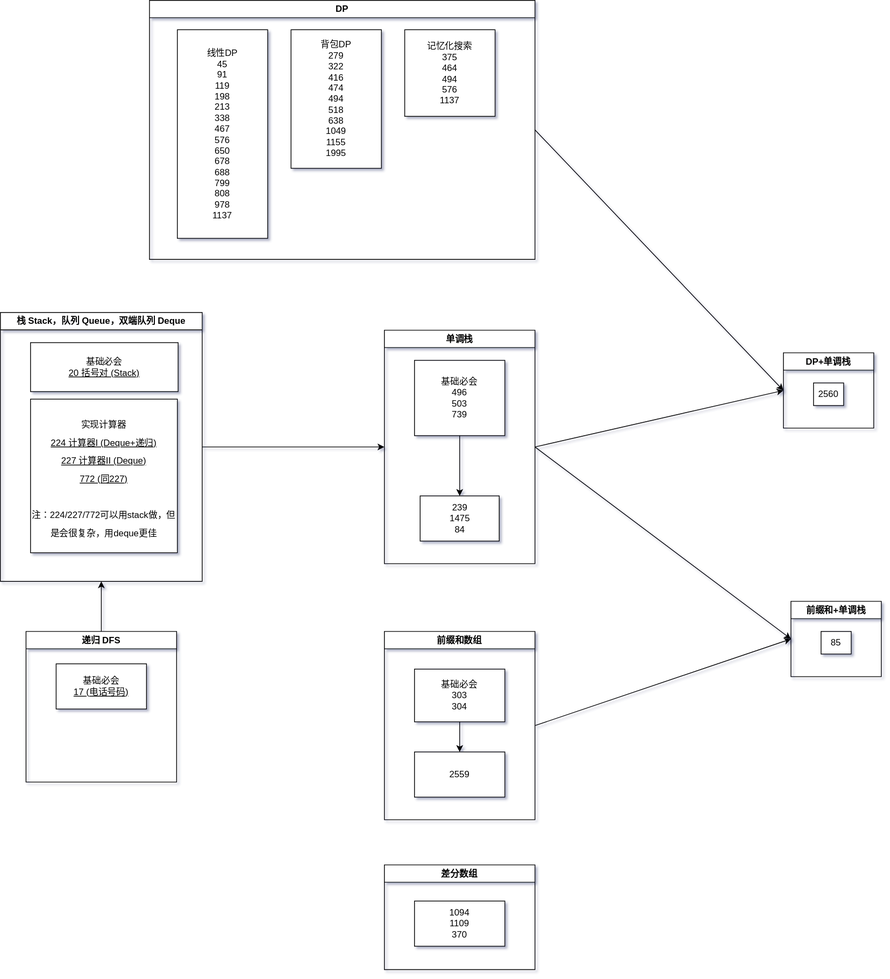
The draw.io diagram drawio/map.drawio.svg in jssonx/algo-playground, before a commit. Source tidied: cells renumbered, new cells last; positions are measured from the earlier drawing's top-left corner, leaving out a move shared by most shapes.
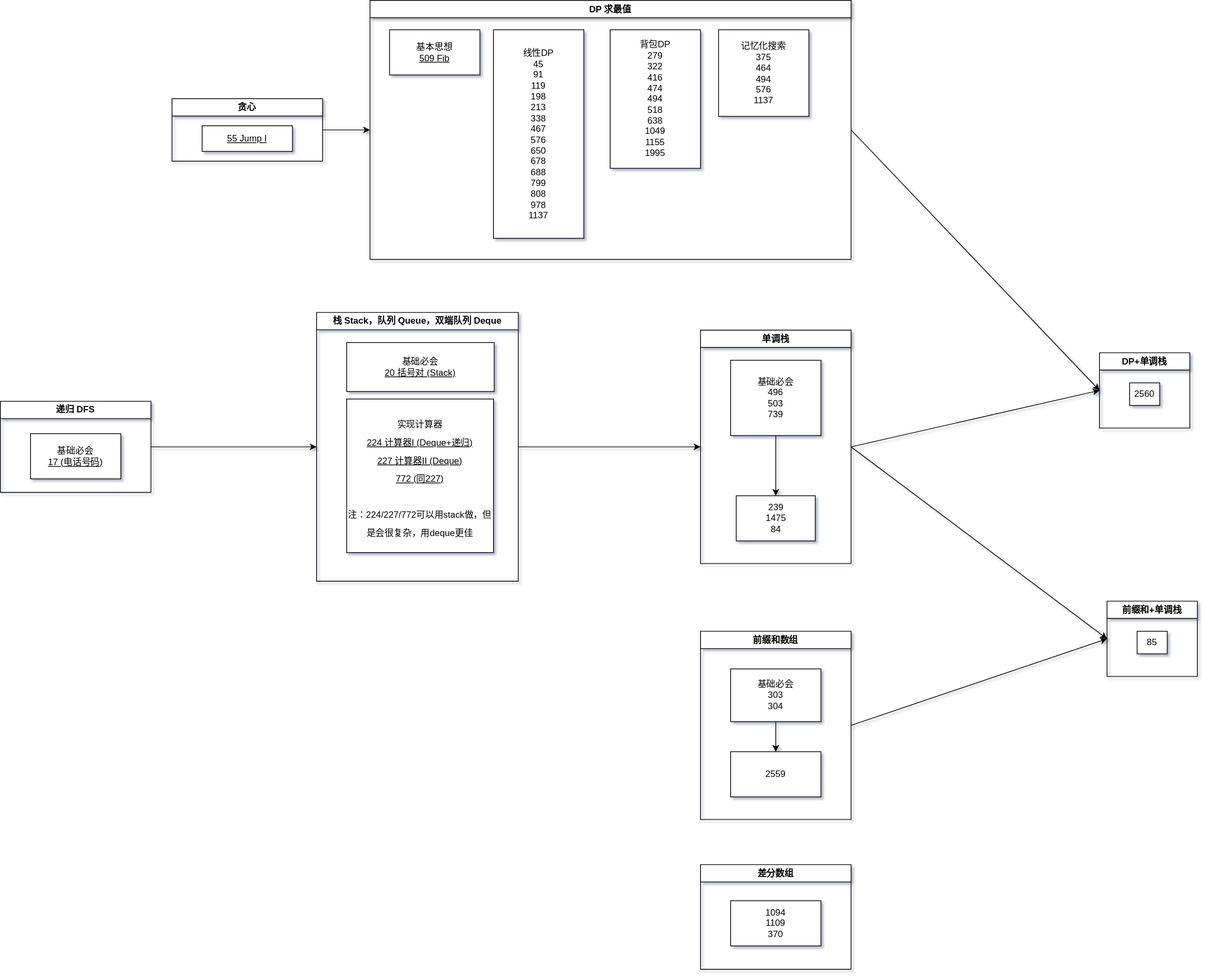
After the commit.

Change to the diagram source:
```diff
@@ -50,15 +50,18 @@
     <mxCell id="17" style="edgeStyle=none;html=1;exitX=1;exitY=0.5;exitDx=0;exitDy=0;entryX=0;entryY=0.5;entryDx=0;entryDy=0;rounded=0;" parent="1" edge="1" source="18" target="14">
       <mxGeometry relative="1" as="geometry" />
     </mxCell>
-    <mxCell id="18" value="DP" style="swimlane;whiteSpace=wrap;html=1;rounded=0;" parent="1" vertex="1">
-      <mxGeometry x="198" width="512" height="344" as="geometry" />
+    <mxCell id="18" value="DP 求最值" style="swimlane;whiteSpace=wrap;html=1;rounded=0;" parent="1" vertex="1">
+      <mxGeometry x="71" width="639" height="344" as="geometry" />
     </mxCell>
     <mxCell id="19" value="背包DP&lt;br&gt;279&lt;br&gt;322&lt;br&gt;416&lt;br&gt;474&lt;br&gt;494&lt;br&gt;518&lt;br&gt;638&lt;br&gt;1049&lt;br&gt;1155&lt;br&gt;1995&lt;br&gt;" style="whiteSpace=wrap;html=1;" parent="18" vertex="1">
-      <mxGeometry x="188" y="39" width="120" height="184" as="geometry" />
+      <mxGeometry x="319" y="39" width="120" height="184" as="geometry" />
     </mxCell>
     <mxCell id="20" value="记忆化搜索&lt;br&gt;375&lt;br&gt;464&lt;br&gt;494&lt;br&gt;576&lt;br&gt;1137" style="whiteSpace=wrap;html=1;" parent="18" vertex="1">
-      <mxGeometry x="339" y="39" width="120" height="115" as="geometry" />
+      <mxGeometry x="463" y="39" width="120" height="115" as="geometry" />
     </mxCell>
+    <mxCell id="31" value="基本思想&lt;br&gt;&lt;u&gt;509 Fib&lt;/u&gt;" style="whiteSpace=wrap;html=1;" parent="18" vertex="1">
+      <mxGeometry x="26" y="39" width="120" height="60" as="geometry" />
+    </mxCell>
     <mxCell id="21" style="edgeStyle=none;html=1;exitX=1;exitY=0.5;exitDx=0;exitDy=0;entryX=0;entryY=0.5;entryDx=0;entryDy=0;rounded=0;" parent="1" edge="1" source="22" target="7">
       <mxGeometry relative="1" as="geometry" />
     </mxCell>
@@ -71,11 +74,11 @@
     <mxCell id="24" value="&lt;font style=&quot;font-size: 12px;&quot;&gt;&lt;font face=&quot;Helvetica&quot;&gt;实现计算器&lt;br&gt;&lt;u&gt;224 计算器I (Deque+递归)&lt;br&gt;227 计算器II (Deque)&lt;br&gt;772 (同227)&lt;/u&gt;&lt;br&gt;&lt;br&gt;注：224/227/772可以用stack做，但是会很复杂，用deque更佳&lt;/font&gt;&lt;br&gt;&lt;/font&gt;" style="whiteSpace=wrap;html=1;hachureGap=4;fontFamily=Architects Daughter;fontSource=https%3A%2F%2Ffonts.googleapis.com%2Fcss%3Ffamily%3DArchitects%2BDaughter;fontSize=20;" parent="22" vertex="1">
       <mxGeometry x="40" y="115" width="195" height="204" as="geometry" />
     </mxCell>
-    <mxCell id="25" style="edgeStyle=none;html=1;exitX=0.5;exitY=0;exitDx=0;exitDy=0;entryX=0.5;entryY=1;entryDx=0;entryDy=0;fontFamily=Helvetica;" parent="1" edge="1" source="26" target="22">
+    <mxCell id="25" style="edgeStyle=none;html=1;exitX=1;exitY=0.5;exitDx=0;exitDy=0;entryX=0;entryY=0.5;entryDx=0;entryDy=0;fontFamily=Helvetica;" parent="1" edge="1" source="26" target="22">
       <mxGeometry relative="1" as="geometry" />
     </mxCell>
     <mxCell id="26" value="递归 DFS" style="swimlane;whiteSpace=wrap;html=1;fontFamily=Helvetica;" parent="1" vertex="1">
-      <mxGeometry x="34" y="838" width="200" height="200" as="geometry" />
+      <mxGeometry x="-420" y="532.5" width="200" height="121" as="geometry" />
     </mxCell>
     <mxCell id="27" value="基础必会&lt;br&gt;&lt;u&gt;17 (电话号码)&lt;/u&gt;" style="whiteSpace=wrap;html=1;fontFamily=Helvetica;" parent="26" vertex="1">
       <mxGeometry x="40" y="43" width="120" height="60" as="geometry" />
@@ -89,5 +92,14 @@
     <mxCell id="30" value="线性DP&lt;br&gt;45&lt;br&gt;91&lt;br&gt;119&lt;br&gt;198&lt;br&gt;213&lt;br&gt;338&lt;br&gt;467&lt;br&gt;576&lt;br&gt;650&lt;br&gt;678&lt;br&gt;688&lt;br&gt;799&lt;br&gt;808&lt;br&gt;978&lt;br&gt;1137" style="whiteSpace=wrap;html=1;" parent="1" vertex="1">
       <mxGeometry x="235" y="39" width="120" height="277" as="geometry" />
     </mxCell>
+    <mxCell id="32" style="edgeStyle=none;html=1;exitX=1;exitY=0.5;exitDx=0;exitDy=0;entryX=0;entryY=0.5;entryDx=0;entryDy=0;" parent="1" edge="1" source="33" target="18">
+      <mxGeometry relative="1" as="geometry" />
+    </mxCell>
+    <mxCell id="33" value="贪心" style="swimlane;whiteSpace=wrap;html=1;" parent="1" vertex="1">
+      <mxGeometry x="-192" y="130.5" width="200" height="83" as="geometry" />
+    </mxCell>
+    <mxCell id="34" value="&lt;u&gt;55 Jump I&lt;/u&gt;" style="whiteSpace=wrap;html=1;" parent="33" vertex="1">
+      <mxGeometry x="40" y="36" width="120" height="34" as="geometry" />
+    </mxCell>
   </root>
 </mxGraphModel>
```
